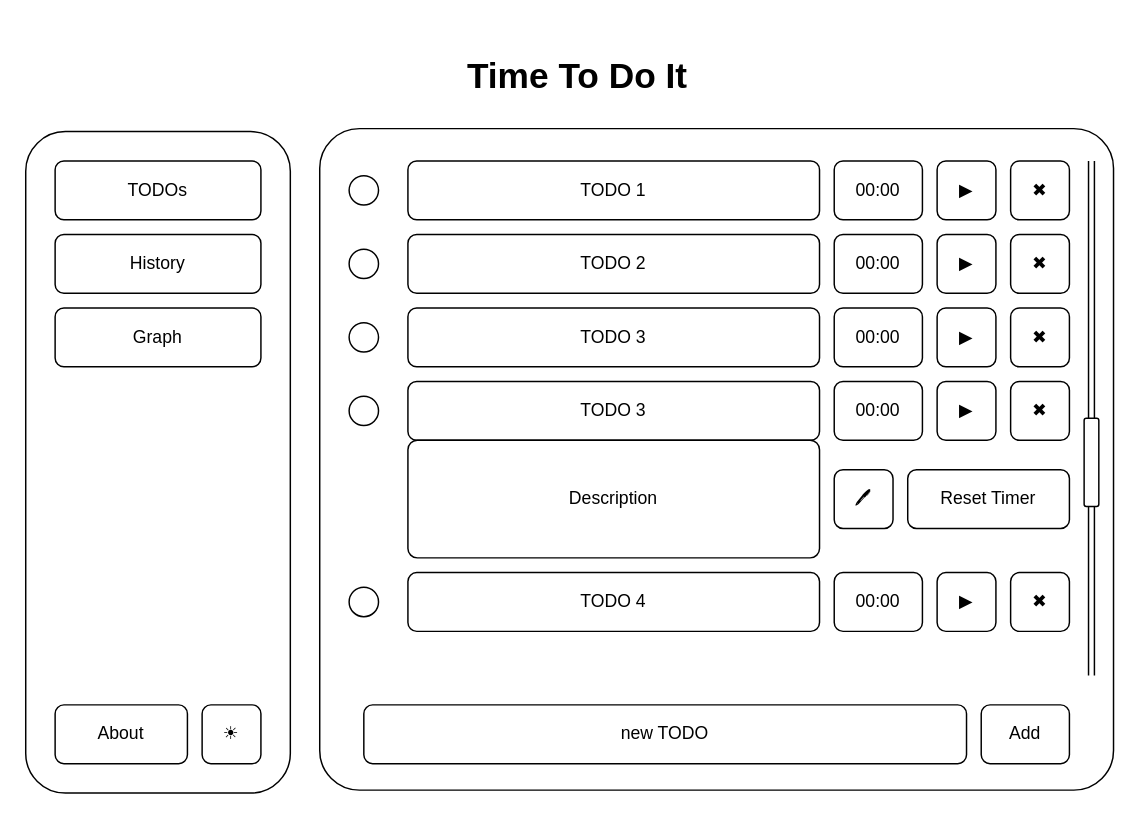
Earlier version of the draw.io diagram concept.dio (Icky50/time-to-do-it). Source tidied: cells renumbered, new cells numbered last; positions are measured from the earlier drawing's top-left corner, leaving out a move shared by most shapes. Both pictures are drawn from the tidied source at 147%, with x=0, y=0 at pixel (25, 25).
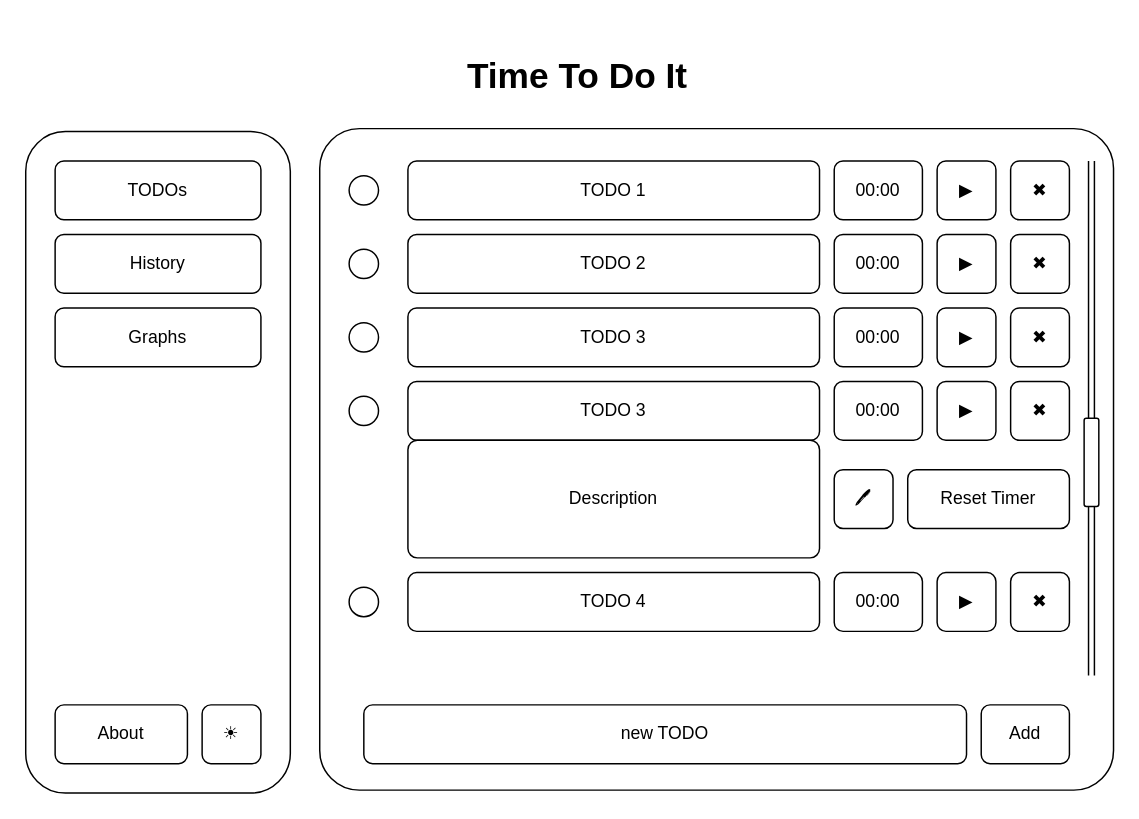
The same diagram, later.

What changed in the source:
```diff
@@
-    <mxCell id="7" value="Graph" style="rounded=1;whiteSpace=wrap;html=1;" parent="1" vertex="1">
+    <mxCell id="7" value="Graphs" style="rounded=1;whiteSpace=wrap;html=1;" parent="1" vertex="1">
       <mxGeometry x="20" y="192" width="140" height="40" as="geometry" />
     </mxCell>
```
